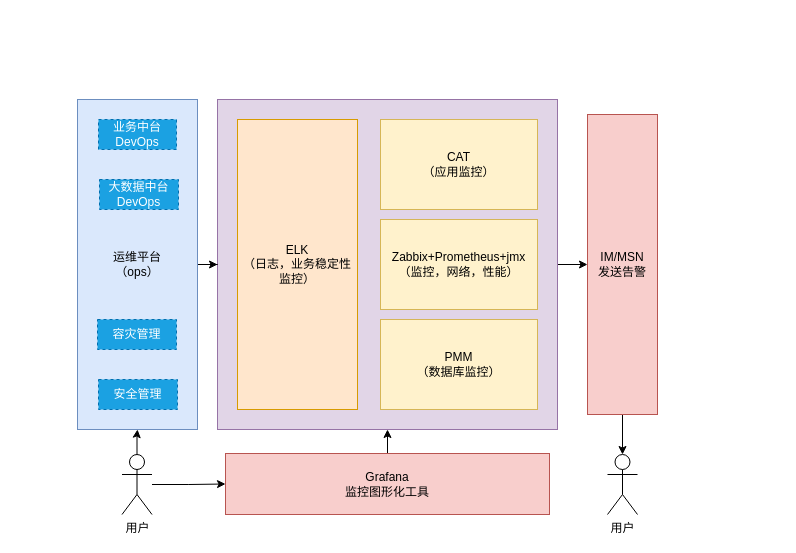
Before: page "deploy" (6 of 6) of cgc/cgc-framework.drawio in kinvensan/drawio, a draw.io diagram. Source tidied: cells renumbered, new cells numbered last; positions are measured from the earlier drawing's top-left corner, leaving out a move shared by most shapes. Both pictures are drawn from the tidied source at 100%, with x=0, y=0 at pixel (77, 99).
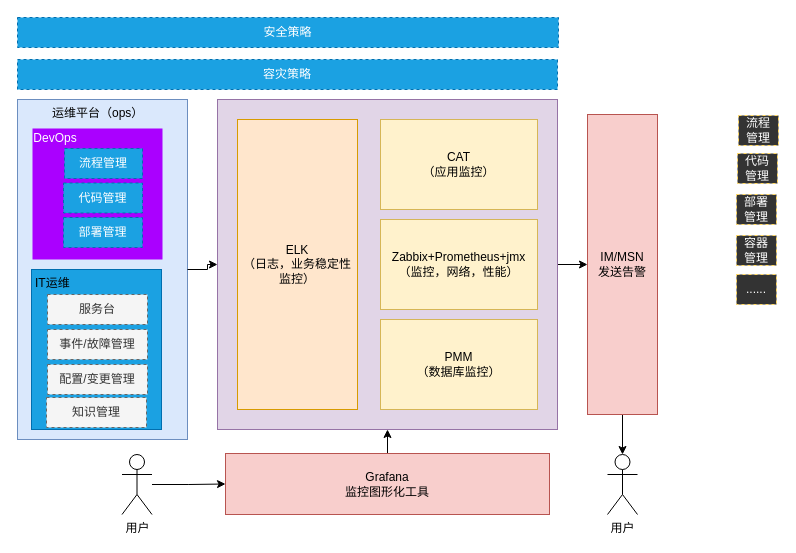
The same page after the edit.

Unchanged cells that the change refers to:
```xml
<mxCell id="16" value="用户" style="shape=umlActor;verticalLabelPosition=bottom;labelBackgroundColor=#ffffff;verticalAlign=top;html=1;outlineConnect=0;" parent="1" vertex="1">
  <mxGeometry x="44.5" y="355" width="30" height="60" as="geometry" />
</mxCell>
```

Change to the diagram source:
```diff
@@
+    <mxCell id="5" style="rounded=0;whiteSpace=wrap;html=1;fillColor=#dae8fc;strokeColor=#6c8ebf;" parent="1" vertex="1">
+      <mxGeometry x="-60" width="170" height="340" as="geometry" />
+    </mxCell>
+    <mxCell id="22" style="rounded=0;whiteSpace=wrap;html=1;strokeColor=#006EAF;fontColor=#ffffff;fillColor=#1ba1e2;" parent="1" vertex="1">
+      <mxGeometry x="-46" y="170" width="130" height="160" as="geometry" />
+    </mxCell>
+    <mxCell id="23" style="rounded=0;whiteSpace=wrap;html=1;strokeColor=none;fontColor=#ffffff;fillColor=#aa00ff;" parent="1" vertex="1">
+      <mxGeometry x="-45" y="29" width="130" height="131" as="geometry" />
+    </mxCell>
@@
-    <mxCell id="5" value="运维平台&lt;br&gt;（ops）" style="rounded=0;whiteSpace=wrap;html=1;fillColor=#dae8fc;strokeColor=#6c8ebf;" parent="1" vertex="1">
-      <mxGeometry width="120" height="330" as="geometry" />
-    </mxCell>
@@
-    <mxCell id="15" style="edgeStyle=orthogonalEdgeStyle;rounded=0;jettySize=auto;html=1;entryX=0.5;entryY=1;entryDx=0;entryDy=0;" parent="1" edge="1" source="16" target="5">
-      <mxGeometry relative="1" as="geometry" />
-    </mxCell>
@@
-    <mxCell id="18" value="业务中台DevOps" style="rounded=0;whiteSpace=wrap;html=1;strokeColor=#006EAF;fillColor=#1ba1e2;dashed=1;fontColor=#ffffff;" parent="1" vertex="1">
-      <mxGeometry x="21" y="20" width="78" height="30" as="geometry" />
+    <mxCell id="18" value="流程管理" style="rounded=0;whiteSpace=wrap;html=1;strokeColor=#006EAF;fillColor=#1ba1e2;dashed=1;fontColor=#ffffff;" parent="1" vertex="1">
+      <mxGeometry x="-13" y="49" width="78" height="30" as="geometry" />
     </mxCell>
-    <mxCell id="19" value="大数据中台&lt;br&gt;DevOps" style="rounded=0;whiteSpace=wrap;html=1;strokeColor=#006EAF;fontColor=#ffffff;fillColor=#1ba1e2;dashed=1;" parent="1" vertex="1">
-      <mxGeometry x="22" y="80" width="79" height="30" as="geometry" />
+    <mxCell id="19" value="代码管理" style="rounded=0;whiteSpace=wrap;html=1;strokeColor=#006EAF;fontColor=#ffffff;fillColor=#1ba1e2;dashed=1;" parent="1" vertex="1">
+      <mxGeometry x="-14" y="83.5" width="79" height="30" as="geometry" />
     </mxCell>
-    <mxCell id="20" value="容灾管理" style="rounded=0;whiteSpace=wrap;html=1;strokeColor=#006EAF;fontColor=#ffffff;fillColor=#1ba1e2;dashed=1;" parent="1" vertex="1">
-      <mxGeometry x="20" y="220" width="79" height="30" as="geometry" />
+    <mxCell id="20" value="容灾策略" style="rounded=0;whiteSpace=wrap;html=1;strokeColor=#006EAF;fontColor=#ffffff;fillColor=#1ba1e2;dashed=1;" parent="1" vertex="1">
+      <mxGeometry x="-60" y="-40" width="540" height="30" as="geometry" />
     </mxCell>
-    <mxCell id="21" value="安全管理" style="rounded=0;whiteSpace=wrap;html=1;strokeColor=#006EAF;fontColor=#ffffff;fillColor=#1ba1e2;dashed=1;" parent="1" vertex="1">
-      <mxGeometry x="21" y="280" width="79" height="30" as="geometry" />
+    <mxCell id="21" value="安全策略" style="rounded=0;whiteSpace=wrap;html=1;strokeColor=#006EAF;fontColor=#ffffff;fillColor=#1ba1e2;dashed=1;" parent="1" vertex="1">
+      <mxGeometry x="-60" y="-82" width="541" height="30" as="geometry" />
     </mxCell>
+    <mxCell id="24" value="DevOps" style="text;html=1;strokeColor=none;fillColor=none;align=center;verticalAlign=middle;whiteSpace=wrap;rounded=0;fontColor=#FFFFFF;" parent="1" vertex="1">
+      <mxGeometry x="-42" y="29" width="40" height="20" as="geometry" />
+    </mxCell>
+    <mxCell id="25" value="流程&lt;br&gt;管理" style="rounded=0;whiteSpace=wrap;html=1;strokeColor=#FFD966;fontColor=#FFFFFF;fillColor=#333333;dashed=1;" parent="1" vertex="1">
+      <mxGeometry x="661" y="16" width="40" height="30" as="geometry" />
+    </mxCell>
+    <mxCell id="26" value="代码&lt;br&gt;管理" style="rounded=0;whiteSpace=wrap;html=1;strokeColor=#FFD966;fontColor=#FFFFFF;fillColor=#333333;dashed=1;" parent="1" vertex="1">
+      <mxGeometry x="660" y="54" width="40" height="30" as="geometry" />
+    </mxCell>
+    <mxCell id="27" value="部署&lt;br&gt;管理" style="rounded=0;whiteSpace=wrap;html=1;strokeColor=#FFD966;fontColor=#FFFFFF;fillColor=#333333;dashed=1;" parent="1" vertex="1">
+      <mxGeometry x="659" y="95" width="40" height="30" as="geometry" />
+    </mxCell>
+    <mxCell id="28" value="容器&lt;br&gt;管理" style="rounded=0;whiteSpace=wrap;html=1;strokeColor=#FFD966;fontColor=#FFFFFF;fillColor=#333333;dashed=1;" parent="1" vertex="1">
+      <mxGeometry x="659" y="136" width="40" height="30" as="geometry" />
+    </mxCell>
+    <mxCell id="29" value="......" style="rounded=0;whiteSpace=wrap;html=1;strokeColor=#FFD966;fontColor=#FFFFFF;fillColor=#333333;dashed=1;" parent="1" vertex="1">
+      <mxGeometry x="659" y="175" width="40" height="30" as="geometry" />
+    </mxCell>
+    <mxCell id="30" value="运维平台（ops）" style="text;html=1;" parent="1" vertex="1">
+      <mxGeometry x="-27.5" width="120" height="30" as="geometry" />
+    </mxCell>
+    <mxCell id="31" value="部署管理" style="rounded=0;whiteSpace=wrap;html=1;strokeColor=#006EAF;fontColor=#ffffff;fillColor=#1ba1e2;dashed=1;" parent="1" vertex="1">
+      <mxGeometry x="-14" y="118" width="79" height="30" as="geometry" />
+    </mxCell>
+    <mxCell id="32" value="IT运维" style="text;html=1;" parent="1" vertex="1">
+      <mxGeometry x="-44.5" y="170" width="70" height="30" as="geometry" />
+    </mxCell>
+    <mxCell id="33" value="服务台" style="rounded=0;whiteSpace=wrap;html=1;strokeColor=#666666;fillColor=#f5f5f5;dashed=1;fontColor=#333333;" parent="1" vertex="1">
+      <mxGeometry x="-30" y="195" width="100" height="30" as="geometry" />
+    </mxCell>
+    <mxCell id="34" value="事件/故障管理" style="rounded=0;whiteSpace=wrap;html=1;strokeColor=#666666;fillColor=#f5f5f5;dashed=1;fontColor=#333333;" parent="1" vertex="1">
+      <mxGeometry x="-30" y="230" width="100" height="30" as="geometry" />
+    </mxCell>
+    <mxCell id="35" value="配置/变更管理" style="rounded=0;whiteSpace=wrap;html=1;strokeColor=#666666;fillColor=#f5f5f5;dashed=1;fontColor=#333333;" parent="1" vertex="1">
+      <mxGeometry x="-30" y="265" width="100" height="30" as="geometry" />
+    </mxCell>
+    <mxCell id="36" value="知识管理" style="rounded=0;whiteSpace=wrap;html=1;strokeColor=#666666;fillColor=#f5f5f5;dashed=1;fontColor=#333333;" parent="1" vertex="1">
+      <mxGeometry x="-31" y="298" width="100" height="30" as="geometry" />
+    </mxCell>
```
